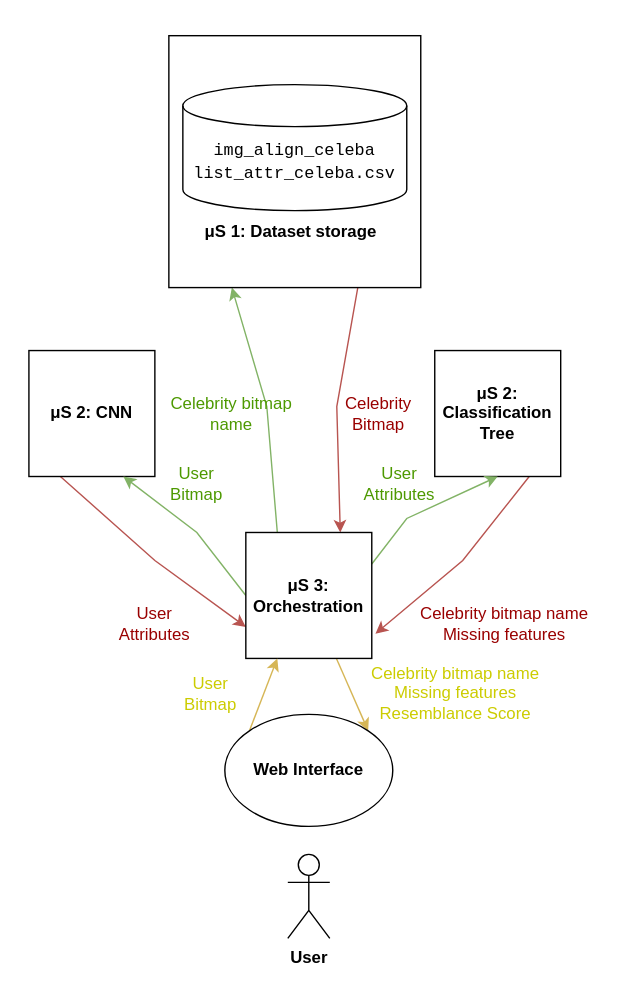
The draw.io diagram architechture.drawio.svg in Wissem0/Projet-Integrateur-Classification-d-images, before a commit. Source tidied: cells renumbered, new cells last; positions are measured from the earlier drawing's top-left corner, leaving out a move shared by most shapes.
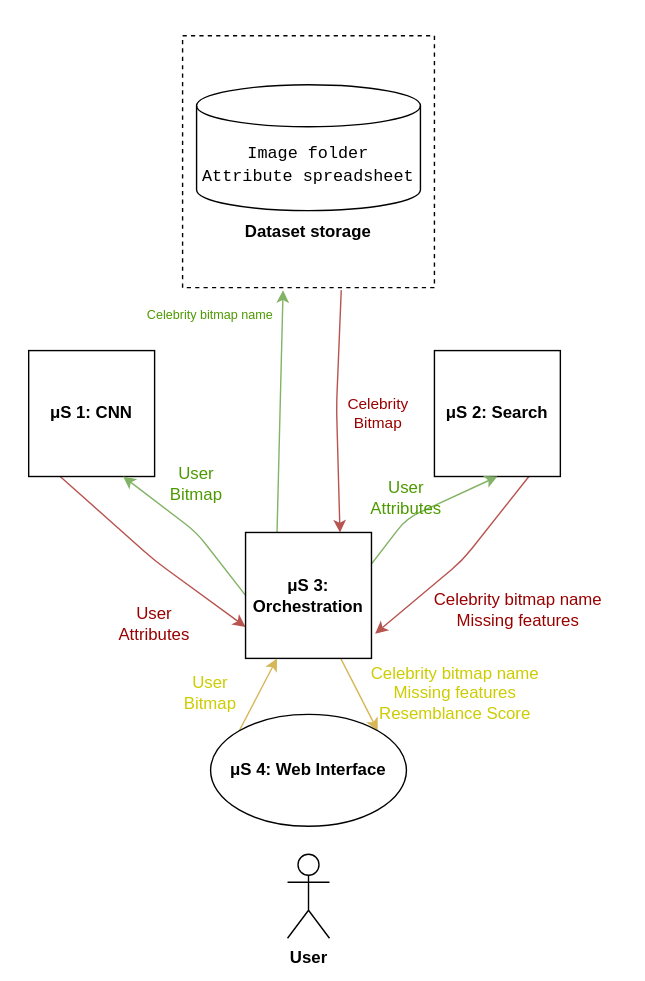
After the change.

Change to the diagram source:
```diff
@@ -5,53 +5,49 @@
     <mxCell id="2" style="rounded=0;whiteSpace=wrap;html=1;fillStyle=solid;strokeColor=none;fontFamily=Helvetica;fontColor=#000000;fillColor=#FFFFFF;" parent="1" vertex="1">
       <mxGeometry width="440" height="700" as="geometry" />
     </mxCell>
-    <mxCell id="3" style="rounded=0;jettySize=auto;html=1;entryX=0.75;entryY=0;entryDx=0;entryDy=0;fontFamily=Helvetica;exitX=0.75;exitY=1;exitDx=0;exitDy=0;fillColor=#f8cecc;strokeColor=#b85450;" parent="1" edge="1" source="16" target="12">
+    <mxCell id="3" style="rounded=1;jettySize=auto;html=1;entryX=0.75;entryY=0;entryDx=0;entryDy=0;fontFamily=Helvetica;exitX=0.63;exitY=1.01;exitDx=0;exitDy=0;fillColor=#f8cecc;strokeColor=#b85450;exitPerimeter=0;" parent="1" edge="1" source="16" target="12">
       <mxGeometry relative="1" as="geometry">
         <Array as="points">
           <mxPoint x="240" y="290" />
         </Array>
       </mxGeometry>
     </mxCell>
-    <mxCell id="4" style="rounded=0;jettySize=auto;html=1;fontFamily=Helvetica;exitX=0.25;exitY=1;exitDx=0;exitDy=0;entryX=0;entryY=0.75;entryDx=0;entryDy=0;fillColor=#f8cecc;strokeColor=#b85450;" parent="1" edge="1" source="5" target="12">
+    <mxCell id="4" style="rounded=1;jettySize=auto;html=1;fontFamily=Helvetica;exitX=0.25;exitY=1;exitDx=0;exitDy=0;entryX=0;entryY=0.75;entryDx=0;entryDy=0;fillColor=#f8cecc;strokeColor=#b85450;" parent="1" edge="1" source="5" target="12">
       <mxGeometry relative="1" as="geometry">
         <Array as="points">
           <mxPoint x="110" y="400" />
         </Array>
       </mxGeometry>
     </mxCell>
-    <mxCell id="5" value="&lt;b&gt;μS 2: CNN&lt;/b&gt;" style="whiteSpace=wrap;html=1;fillStyle=solid;fontFamily=Helvetica;fillColor=#FFFFFF;" parent="1" vertex="1">
+    <mxCell id="5" value="&lt;b&gt;μS 1: CNN&lt;/b&gt;" style="whiteSpace=wrap;html=1;fillStyle=solid;fontFamily=Helvetica;fillColor=#FFFFFF;" parent="1" vertex="1">
       <mxGeometry x="20" y="250" width="90" height="90" as="geometry" />
     </mxCell>
-    <mxCell id="6" style="rounded=0;jettySize=auto;html=1;entryX=1.029;entryY=0.804;entryDx=0;entryDy=0;fontFamily=Helvetica;exitX=0.75;exitY=1;exitDx=0;exitDy=0;entryPerimeter=0;fillColor=#f8cecc;strokeColor=#b85450;" parent="1" edge="1" source="7" target="12">
+    <mxCell id="6" style="rounded=1;jettySize=auto;html=1;entryX=1.029;entryY=0.804;entryDx=0;entryDy=0;fontFamily=Helvetica;exitX=0.75;exitY=1;exitDx=0;exitDy=0;entryPerimeter=0;fillColor=#f8cecc;strokeColor=#b85450;" parent="1" edge="1" source="7" target="12">
       <mxGeometry relative="1" as="geometry">
         <Array as="points">
           <mxPoint x="330" y="400" />
         </Array>
       </mxGeometry>
     </mxCell>
-    <mxCell id="7" value="&lt;b&gt;μS 2: Classification Tree&lt;br&gt;&lt;/b&gt;" style="whiteSpace=wrap;html=1;fillStyle=solid;fontFamily=Helvetica;fillColor=#FFFFFF;" parent="1" vertex="1">
+    <mxCell id="7" value="&lt;b&gt;μS 2: Search&lt;br&gt;&lt;/b&gt;" style="whiteSpace=wrap;html=1;fillStyle=solid;fontFamily=Helvetica;fillColor=#FFFFFF;" parent="1" vertex="1">
       <mxGeometry x="310" y="250" width="90" height="90" as="geometry" />
     </mxCell>
-    <mxCell id="8" style="rounded=0;jettySize=auto;html=1;fontFamily=Helvetica;entryX=0.75;entryY=1;entryDx=0;entryDy=0;exitX=0;exitY=0.5;exitDx=0;exitDy=0;fillColor=#d5e8d4;strokeColor=#82b366;" parent="1" edge="1" source="12" target="5">
+    <mxCell id="8" style="rounded=1;jettySize=auto;html=1;fontFamily=Helvetica;entryX=0.75;entryY=1;entryDx=0;entryDy=0;exitX=0;exitY=0.5;exitDx=0;exitDy=0;fillColor=#d5e8d4;strokeColor=#82b366;" parent="1" edge="1" source="12" target="5">
       <mxGeometry relative="1" as="geometry">
         <Array as="points">
           <mxPoint x="140" y="380" />
         </Array>
       </mxGeometry>
     </mxCell>
-    <mxCell id="9" style="rounded=0;jettySize=auto;html=1;entryX=0.5;entryY=1;entryDx=0;entryDy=0;fontFamily=Helvetica;exitX=1;exitY=0.25;exitDx=0;exitDy=0;fillColor=#d5e8d4;strokeColor=#82b366;" parent="1" edge="1" source="12" target="7">
+    <mxCell id="9" style="rounded=1;jettySize=auto;html=1;entryX=0.5;entryY=1;entryDx=0;entryDy=0;fontFamily=Helvetica;exitX=1;exitY=0.25;exitDx=0;exitDy=0;fillColor=#d5e8d4;strokeColor=#82b366;" parent="1" edge="1" source="12" target="7">
       <mxGeometry relative="1" as="geometry">
         <Array as="points">
           <mxPoint x="290" y="370" />
         </Array>
       </mxGeometry>
     </mxCell>
-    <mxCell id="10" style="rounded=0;jettySize=auto;html=1;entryX=0.25;entryY=1;entryDx=0;entryDy=0;fontFamily=Helvetica;exitX=0.25;exitY=0;exitDx=0;exitDy=0;fillColor=#d5e8d4;strokeColor=#82b366;" parent="1" edge="1" source="12" target="16">
-      <mxGeometry relative="1" as="geometry">
-        <Array as="points">
-          <mxPoint x="190" y="290" />
-        </Array>
-      </mxGeometry>
+    <mxCell id="10" style="rounded=1;jettySize=auto;html=1;entryX=0.399;entryY=1.01;entryDx=0;entryDy=0;fontFamily=Helvetica;exitX=0.25;exitY=0;exitDx=0;exitDy=0;fillColor=#d5e8d4;strokeColor=#82b366;entryPerimeter=0;" parent="1" edge="1" source="12" target="16">
+      <mxGeometry relative="1" as="geometry" />
     </mxCell>
     <mxCell id="11" style="edgeStyle=none;rounded=0;jettySize=auto;html=1;entryX=1;entryY=0;entryDx=0;entryDy=0;fontFamily=Helvetica;elbow=vertical;fillColor=#fff2cc;strokeColor=#d6b656;" parent="1" edge="1" source="12" target="20">
       <mxGeometry relative="1" as="geometry" />
@@ -65,23 +61,8 @@
     <mxCell id="14" value="&lt;b&gt;User&lt;/b&gt;" style="shape=umlActor;verticalLabelPosition=bottom;verticalAlign=top;html=1;fillStyle=solid;fontFamily=Helvetica;fillColor=#FFFFFF;" parent="1" vertex="1">
       <mxGeometry x="205" y="610" width="30" height="60" as="geometry" />
     </mxCell>
-    <mxCell id="15" style="group;" parent="1" vertex="1">
-      <mxGeometry x="120" y="25" width="200" height="180" as="geometry" />
-    </mxCell>
-    <mxCell id="16" style="whiteSpace=wrap;html=1;fontFamily=Helvetica;" parent="15" vertex="1">
-      <mxGeometry width="180" height="180" as="geometry" />
-    </mxCell>
-    <mxCell id="17" style="shape=cylinder3;whiteSpace=wrap;html=1;boundedLbl=1;backgroundOutline=1;size=15;" parent="15" vertex="1">
-      <mxGeometry x="10" y="35" width="160" height="90" as="geometry" />
-    </mxCell>
-    <mxCell id="18" value="&lt;div&gt;&lt;font face=&quot;Courier New&quot;&gt;img_align_celeba&lt;/font&gt;&lt;/div&gt;&lt;div&gt;&lt;font face=&quot;Courier New&quot;&gt;list_attr_celeba.csv&lt;/font&gt;&lt;/div&gt;" style="text;html=1;strokeColor=none;fillColor=none;align=center;verticalAlign=middle;whiteSpace=wrap;rounded=0;" parent="15" vertex="1">
-      <mxGeometry x="30" y="75" width="120" height="30" as="geometry" />
-    </mxCell>
-    <mxCell id="19" value="&lt;div align=&quot;center&quot;&gt;&lt;b&gt;&lt;font face=&quot;Helvetica&quot;&gt;&lt;span class=&quot;js-about-item-abstr&quot;&gt;μS 1: Dataset storage&lt;/span&gt;&lt;/font&gt;&lt;/b&gt;&lt;br&gt;&lt;span class=&quot;js-about-item-abstr&quot;&gt;&lt;/span&gt;&lt;/div&gt;" style="text;strokeColor=none;fillColor=none;align=left;verticalAlign=middle;spacingLeft=4;spacingRight=4;overflow=hidden;whiteSpace=wrap;html=1;fontFamily=Courier New;" parent="15" vertex="1">
-      <mxGeometry x="20" y="105" width="180" height="70" as="geometry" />
-    </mxCell>
-    <mxCell id="20" value="&lt;b&gt;Web Interface&lt;br&gt;&lt;/b&gt;" style="ellipse;whiteSpace=wrap;html=1;fillStyle=solid;fontFamily=Helvetica;fillColor=#FFFFFF;" parent="1" vertex="1">
-      <mxGeometry x="160" y="510" width="120" height="80" as="geometry" />
+    <mxCell id="20" value="&lt;b&gt;μS 4: &lt;/b&gt;&lt;b&gt;Web Interface&lt;br&gt;&lt;/b&gt;" style="ellipse;whiteSpace=wrap;html=1;fillStyle=solid;fontFamily=Helvetica;fillColor=#FFFFFF;" parent="1" vertex="1">
+      <mxGeometry x="150" y="510" width="140" height="80" as="geometry" />
     </mxCell>
     <mxCell id="21" value="&lt;font color=&quot;#4D9900&quot;&gt;User Bitmap&lt;/font&gt;" style="text;html=1;strokeColor=none;fillColor=none;align=center;verticalAlign=middle;whiteSpace=wrap;rounded=0;fillStyle=solid;fontFamily=Helvetica;" parent="1" vertex="1">
       <mxGeometry x="110" y="330" width="60" height="30" as="geometry" />
@@ -90,16 +71,16 @@
       <mxGeometry x="80" y="430" width="60" height="30" as="geometry" />
     </mxCell>
     <mxCell id="23" value="&lt;div&gt;&lt;font color=&quot;#990000&quot;&gt;Celebrity bitmap name&lt;/font&gt;&lt;/div&gt;&lt;div&gt;&lt;font color=&quot;#990000&quot;&gt;Missing features&lt;br&gt;&lt;/font&gt;&lt;/div&gt;" style="text;html=1;strokeColor=none;fillColor=none;align=center;verticalAlign=middle;whiteSpace=wrap;rounded=0;fillStyle=solid;fontFamily=Helvetica;" parent="1" vertex="1">
-      <mxGeometry x="270" y="430" width="180" height="30" as="geometry" />
+      <mxGeometry x="280" y="420" width="180" height="30" as="geometry" />
     </mxCell>
     <mxCell id="24" value="&lt;font color=&quot;#4D9900&quot;&gt;User Attributes&lt;/font&gt;" style="text;html=1;strokeColor=none;fillColor=none;align=center;verticalAlign=middle;whiteSpace=wrap;rounded=0;fillStyle=solid;fontFamily=Helvetica;" parent="1" vertex="1">
-      <mxGeometry x="250" y="330" width="70" height="30" as="geometry" />
+      <mxGeometry x="255" y="340" width="70" height="30" as="geometry" />
     </mxCell>
-    <mxCell id="25" value="&lt;div&gt;&lt;font color=&quot;#990000&quot;&gt;Celebrity&lt;/font&gt;&lt;/div&gt;&lt;div&gt;&lt;font color=&quot;#990000&quot;&gt;Bitmap&lt;br&gt;&lt;/font&gt;&lt;/div&gt;" style="text;html=1;strokeColor=none;fillColor=none;align=center;verticalAlign=middle;whiteSpace=wrap;rounded=0;fillStyle=solid;fontFamily=Helvetica;" parent="1" vertex="1">
+    <mxCell id="25" value="&lt;div style=&quot;font-size: 11px;&quot;&gt;&lt;font style=&quot;font-size: 11px;&quot; color=&quot;#990000&quot;&gt;Celebrity&lt;/font&gt;&lt;/div&gt;&lt;div style=&quot;font-size: 11px;&quot;&gt;&lt;font style=&quot;font-size: 11px;&quot; color=&quot;#990000&quot;&gt;Bitmap&lt;br&gt;&lt;/font&gt;&lt;/div&gt;" style="text;html=1;strokeColor=none;fillColor=none;align=center;verticalAlign=middle;whiteSpace=wrap;rounded=0;fillStyle=solid;fontFamily=Helvetica;" parent="1" vertex="1">
       <mxGeometry x="235" y="280" width="70" height="30" as="geometry" />
     </mxCell>
-    <mxCell id="26" value="&lt;div&gt;&lt;font color=&quot;#4D9900&quot;&gt;Celebrity bitmap name&lt;br&gt;&lt;/font&gt;&lt;/div&gt;" style="text;html=1;strokeColor=none;fillColor=none;align=center;verticalAlign=middle;whiteSpace=wrap;rounded=0;fillStyle=solid;fontFamily=Helvetica;" parent="1" vertex="1">
-      <mxGeometry x="120" y="280" width="90" height="30" as="geometry" />
+    <mxCell id="26" value="&lt;div style=&quot;font-size: 9px;&quot;&gt;&lt;font style=&quot;font-size: 9px;&quot; color=&quot;#4D9900&quot;&gt;Celebrity bitmap name&lt;br&gt;&lt;/font&gt;&lt;/div&gt;" style="text;html=1;strokeColor=none;fillColor=none;align=center;verticalAlign=middle;whiteSpace=wrap;rounded=0;fillStyle=solid;fontFamily=Helvetica;" parent="1" vertex="1">
+      <mxGeometry x="95" y="210" width="110" height="30" as="geometry" />
     </mxCell>
     <mxCell id="27" value="&lt;font color=&quot;#CCCC00&quot;&gt;User Bitmap&lt;/font&gt;" style="text;html=1;strokeColor=none;fillColor=none;align=center;verticalAlign=middle;whiteSpace=wrap;rounded=0;fillStyle=solid;fontFamily=Helvetica;" parent="1" vertex="1">
       <mxGeometry x="120" y="480" width="60" height="30" as="geometry" />
@@ -107,5 +88,17 @@
     <mxCell id="28" value="&lt;div&gt;&lt;font color=&quot;#CCCC00&quot;&gt;Celebrity bitmap name&lt;/font&gt;&lt;/div&gt;&lt;div&gt;&lt;font color=&quot;#CCCC00&quot;&gt;Missing features&lt;br&gt;&lt;/font&gt;&lt;/div&gt;&lt;div&gt;&lt;font color=&quot;#CCCC00&quot;&gt;Resemblance Score &lt;br&gt;&lt;/font&gt;&lt;/div&gt;" style="text;html=1;strokeColor=none;fillColor=none;align=center;verticalAlign=middle;whiteSpace=wrap;rounded=0;fillStyle=solid;fontFamily=Helvetica;" parent="1" vertex="1">
       <mxGeometry x="250" y="480" width="150" height="30" as="geometry" />
     </mxCell>
+    <mxCell id="16" style="whiteSpace=wrap;html=1;fontFamily=Helvetica;dashed=1;" parent="1" vertex="1">
+      <mxGeometry x="130" y="25" width="180" height="180" as="geometry" />
+    </mxCell>
+    <mxCell id="17" style="shape=cylinder3;whiteSpace=wrap;html=1;boundedLbl=1;backgroundOutline=1;size=15;" parent="1" vertex="1">
+      <mxGeometry x="140" y="60" width="160" height="90" as="geometry" />
+    </mxCell>
+    <mxCell id="18" value="&lt;font face=&quot;Courier New&quot;&gt;Image folder&lt;br&gt;Attribute spreadsheet&lt;/font&gt;" style="text;html=1;strokeColor=none;fillColor=none;align=center;verticalAlign=middle;whiteSpace=wrap;rounded=0;" parent="1" vertex="1">
+      <mxGeometry x="140" y="82" width="160" height="70" as="geometry" />
+    </mxCell>
+    <mxCell id="19" value="&lt;div align=&quot;center&quot;&gt;&lt;b&gt;&lt;font face=&quot;Helvetica&quot;&gt;&lt;span class=&quot;js-about-item-abstr&quot;&gt;Dataset storage&lt;/span&gt;&lt;/font&gt;&lt;/b&gt;&lt;br&gt;&lt;span class=&quot;js-about-item-abstr&quot;&gt;&lt;/span&gt;&lt;/div&gt;" style="text;strokeColor=none;fillColor=none;align=center;verticalAlign=middle;spacingLeft=4;spacingRight=4;overflow=hidden;whiteSpace=wrap;html=1;fontFamily=Courier New;" parent="1" vertex="1">
+      <mxGeometry x="130" y="130" width="180" height="70" as="geometry" />
+    </mxCell>
   </root>
 </mxGraphModel>
```
